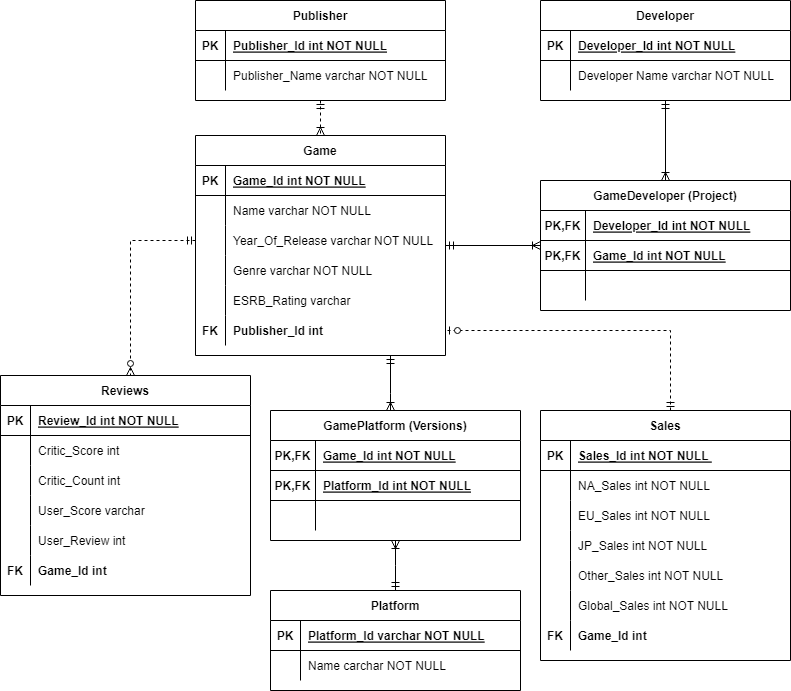
The draw.io diagram RM Diagram.png in joshreed114/CSC325-Term_Project, before a commit. Source tidied: cells renumbered, new cells last; positions are measured from the earlier drawing's top-left corner, leaving out a move shared by most shapes.
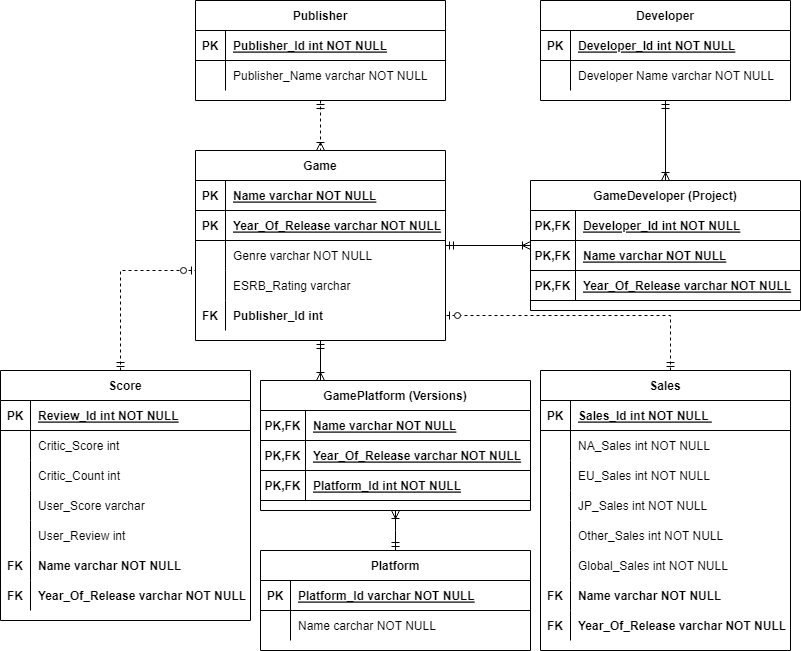
Later version of the same file.

What changed in the source:
```diff
@@ -45,28 +45,28 @@
       <mxGeometry x="30" width="220" height="30" as="geometry" />
     </mxCell>
     <mxCell id="16" value="Platform" style="shape=table;startSize=30;rowLines=0;fontStyle=1;align=center;" parent="1" vertex="1">
-      <mxGeometry x="270" y="590" width="250" height="100" as="geometry" />
+      <mxGeometry x="260" y="550" width="270" height="100" as="geometry" />
     </mxCell>
     <mxCell id="17" style="shape=partialRectangle;fillColor=none;top=0;left=0;right=0;bottom=1;" parent="16" vertex="1">
-      <mxGeometry y="30" width="250" height="30" as="geometry" />
+      <mxGeometry y="30" width="270" height="30" as="geometry" />
     </mxCell>
     <mxCell id="18" value="PK" style="shape=partialRectangle;overflow=hidden;fillColor=none;top=0;left=0;bottom=0;right=0;fontStyle=1;" parent="17" vertex="1">
       <mxGeometry width="30" height="30" as="geometry" />
     </mxCell>
     <mxCell id="19" value="Platform_Id varchar NOT NULL" style="shape=partialRectangle;overflow=hidden;fillColor=none;top=0;left=0;bottom=0;right=0;align=left;spacingLeft=6;fontStyle=5;" parent="17" vertex="1">
-      <mxGeometry x="30" width="220" height="30" as="geometry" />
+      <mxGeometry x="30" width="240" height="30" as="geometry" />
     </mxCell>
     <mxCell id="20" style="shape=partialRectangle;fillColor=none;top=0;left=0;right=0;bottom=0;" parent="16" vertex="1">
-      <mxGeometry y="60" width="250" height="30" as="geometry" />
+      <mxGeometry y="60" width="270" height="30" as="geometry" />
     </mxCell>
     <mxCell id="21" style="shape=partialRectangle;overflow=hidden;fillColor=none;top=0;left=0;bottom=0;right=0;" parent="20" vertex="1">
       <mxGeometry width="30" height="30" as="geometry" />
     </mxCell>
     <mxCell id="22" value="Name carchar NOT NULL" style="shape=partialRectangle;overflow=hidden;fillColor=none;top=0;left=0;bottom=0;right=0;align=left;spacingLeft=6;" parent="20" vertex="1">
-      <mxGeometry x="30" width="220" height="30" as="geometry" />
+      <mxGeometry x="30" width="240" height="30" as="geometry" />
     </mxCell>
     <mxCell id="23" value="Game" style="shape=table;startSize=30;rowLines=0;fontStyle=1;align=center;" parent="1" vertex="1">
-      <mxGeometry x="195" y="135" width="250" height="220" as="geometry" />
+      <mxGeometry x="195" y="150" width="250" height="190" as="geometry" />
     </mxCell>
     <mxCell id="24" style="shape=partialRectangle;fillColor=none;top=0;left=0;right=0;bottom=1;" parent="23" vertex="1">
       <mxGeometry y="30" width="250" height="30" as="geometry" />
@@ -74,29 +74,20 @@
     <mxCell id="25" value="PK" style="shape=partialRectangle;overflow=hidden;fillColor=none;top=0;left=0;bottom=0;right=0;fontStyle=1;" parent="24" vertex="1">
       <mxGeometry width="30" height="30" as="geometry" />
     </mxCell>
-    <mxCell id="26" value="Game_Id int NOT NULL" style="shape=partialRectangle;overflow=hidden;fillColor=none;top=0;left=0;bottom=0;right=0;align=left;spacingLeft=6;fontStyle=5;" parent="24" vertex="1">
+    <mxCell id="26" value="Name varchar NOT NULL" style="shape=partialRectangle;overflow=hidden;fillColor=none;top=0;left=0;bottom=0;right=0;align=left;spacingLeft=6;fontStyle=5;" parent="24" vertex="1">
       <mxGeometry x="30" width="220" height="30" as="geometry" />
     </mxCell>
-    <mxCell id="27" style="shape=partialRectangle;fillColor=none;top=0;left=0;right=0;bottom=0;" parent="23" vertex="1">
-      <mxGeometry y="60" width="250" height="30" as="geometry" />
-    </mxCell>
-    <mxCell id="28" style="shape=partialRectangle;overflow=hidden;fillColor=none;top=0;left=0;bottom=0;right=0;" parent="27" vertex="1">
-      <mxGeometry width="30" height="30" as="geometry" />
-    </mxCell>
-    <mxCell id="29" value="Name varchar NOT NULL" style="shape=partialRectangle;overflow=hidden;fillColor=none;top=0;left=0;bottom=0;right=0;align=left;spacingLeft=6;" parent="27" vertex="1">
-      <mxGeometry x="30" width="220" height="30" as="geometry" />
-    </mxCell>
-    <mxCell id="30" style="shape=partialRectangle;fillColor=none;points=[[0,0.5],[1,0.5]];portConstraint=eastwest;top=0;left=0;right=0;bottom=0;" parent="23" vertex="1">
-      <mxGeometry y="90" width="250" height="30" as="geometry" />
-    </mxCell>
-    <mxCell id="31" style="shape=partialRectangle;overflow=hidden;fillColor=none;top=0;left=0;bottom=0;right=0;" parent="30" vertex="1">
-      <mxGeometry width="30" height="30" as="geometry" />
-    </mxCell>
-    <mxCell id="32" value="Year_Of_Release varchar NOT NULL" style="shape=partialRectangle;overflow=hidden;fillColor=none;top=0;left=0;bottom=0;right=0;align=left;spacingLeft=6;" parent="30" vertex="1">
-      <mxGeometry x="30" width="220" height="30" as="geometry" />
-    </mxCell>
+    <mxCell id="110" style="shape=partialRectangle;fillColor=none;top=0;left=0;right=0;bottom=1;" parent="23" vertex="1">
+      <mxGeometry y="60" width="250" height="30" as="geometry" />
+    </mxCell>
+    <mxCell id="111" value="PK" style="shape=partialRectangle;overflow=hidden;fillColor=none;top=0;left=0;bottom=0;right=0;fontStyle=1;" parent="110" vertex="1">
+      <mxGeometry width="30" height="30" as="geometry" />
+    </mxCell>
+    <mxCell id="112" value="Year_Of_Release varchar NOT NULL" style="shape=partialRectangle;overflow=hidden;fillColor=none;top=0;left=0;bottom=0;right=0;align=left;spacingLeft=6;fontStyle=5;" parent="110" vertex="1">
+      <mxGeometry x="30" width="220" height="30" as="geometry" />
+    </mxCell>
     <mxCell id="33" style="shape=partialRectangle;fillColor=none;top=0;left=0;right=0;bottom=0;" parent="23" vertex="1">
-      <mxGeometry y="120" width="250" height="30" as="geometry" />
+      <mxGeometry y="90" width="250" height="30" as="geometry" />
     </mxCell>
     <mxCell id="34" style="shape=partialRectangle;overflow=hidden;fillColor=none;top=0;left=0;bottom=0;right=0;" parent="33" vertex="1">
       <mxGeometry width="30" height="30" as="geometry" />
@@ -105,7 +96,7 @@
       <mxGeometry x="30" width="220" height="30" as="geometry" />
     </mxCell>
     <mxCell id="36" style="shape=partialRectangle;fillColor=none;top=0;left=0;right=0;bottom=0;" parent="23" vertex="1">
-      <mxGeometry y="150" width="250" height="30" as="geometry" />
+      <mxGeometry y="120" width="250" height="30" as="geometry" />
     </mxCell>
     <mxCell id="37" style="shape=partialRectangle;overflow=hidden;fillColor=none;top=0;left=0;bottom=0;right=0;" parent="36" vertex="1">
       <mxGeometry width="30" height="30" as="geometry" />
@@ -114,7 +105,7 @@
       <mxGeometry x="30" width="220" height="30" as="geometry" />
     </mxCell>
     <mxCell id="39" style="shape=partialRectangle;fillColor=none;points=[[0,0.5],[1,0.5]];portConstraint=eastwest;top=0;left=0;right=0;bottom=0;" parent="23" vertex="1">
-      <mxGeometry y="180" width="250" height="30" as="geometry" />
+      <mxGeometry y="150" width="250" height="30" as="geometry" />
     </mxCell>
     <mxCell id="40" value="FK" style="shape=partialRectangle;overflow=hidden;fillColor=none;top=0;left=0;bottom=0;right=0;fontStyle=1;" parent="39" vertex="1">
       <mxGeometry width="30" height="30" as="geometry" />
@@ -123,7 +114,7 @@
       <mxGeometry x="30" width="220" height="30" as="geometry" />
     </mxCell>
     <mxCell id="42" value="Sales" style="shape=table;startSize=30;rowLines=0;fontStyle=1;align=center;" parent="1" vertex="1">
-      <mxGeometry x="540" y="410" width="250" height="250" as="geometry" />
+      <mxGeometry x="540" y="370" width="250" height="280" as="geometry" />
     </mxCell>
     <mxCell id="43" style="shape=partialRectangle;fillColor=none;top=0;left=0;right=0;bottom=1;" parent="42" vertex="1">
       <mxGeometry y="30" width="250" height="30" as="geometry" />
@@ -185,11 +176,20 @@
     <mxCell id="62" value="FK" style="shape=partialRectangle;overflow=hidden;fillColor=none;top=0;left=0;bottom=0;right=0;fontStyle=1;" parent="61" vertex="1">
       <mxGeometry width="30" height="30" as="geometry" />
     </mxCell>
-    <mxCell id="63" value="Game_Id int " style="shape=partialRectangle;overflow=hidden;fillColor=none;top=0;left=0;bottom=0;right=0;align=left;spacingLeft=6;fontStyle=1;" parent="61" vertex="1">
+    <mxCell id="63" value="Name varchar NOT NULL" style="shape=partialRectangle;overflow=hidden;fillColor=none;top=0;left=0;bottom=0;right=0;align=left;spacingLeft=6;fontStyle=1;" parent="61" vertex="1">
       <mxGeometry x="30" width="220" height="30" as="geometry" />
     </mxCell>
+    <mxCell id="113" style="shape=partialRectangle;fillColor=none;top=0;left=0;right=0;bottom=0;" parent="42" vertex="1">
+      <mxGeometry y="240" width="250" height="30" as="geometry" />
+    </mxCell>
+    <mxCell id="114" value="FK" style="shape=partialRectangle;overflow=hidden;fillColor=none;top=0;left=0;bottom=0;right=0;fontStyle=1;" parent="113" vertex="1">
+      <mxGeometry width="30" height="30" as="geometry" />
+    </mxCell>
+    <mxCell id="115" value="Year_Of_Release varchar NOT NULL" style="shape=partialRectangle;overflow=hidden;fillColor=none;top=0;left=0;bottom=0;right=0;align=left;spacingLeft=6;fontStyle=1;" parent="113" vertex="1">
+      <mxGeometry x="30" width="220" height="30" as="geometry" />
+    </mxCell>
-    <mxCell id="64" value="Reviews" style="shape=table;startSize=30;rowLines=0;fontStyle=1;align=center;" parent="1" vertex="1">
-      <mxGeometry y="375" width="250" height="220" as="geometry" />
+    <mxCell id="64" value="Score" style="shape=table;startSize=30;rowLines=0;fontStyle=1;align=center;" parent="1" vertex="1">
+      <mxGeometry y="370" width="250" height="250" as="geometry" />
     </mxCell>
     <mxCell id="65" style="shape=partialRectangle;fillColor=none;top=0;left=0;right=0;bottom=1;" parent="64" vertex="1">
       <mxGeometry y="30" width="250" height="30" as="geometry" />
@@ -242,49 +242,58 @@
     <mxCell id="81" value="FK" style="shape=partialRectangle;overflow=hidden;fillColor=none;top=0;left=0;bottom=0;right=0;fontStyle=1;" parent="80" vertex="1">
       <mxGeometry width="30" height="30" as="geometry" />
     </mxCell>
-    <mxCell id="82" value="Game_Id int" style="shape=partialRectangle;overflow=hidden;fillColor=none;top=0;left=0;bottom=0;right=0;align=left;spacingLeft=6;fontStyle=1;" parent="80" vertex="1">
+    <mxCell id="82" value="Name varchar NOT NULL" style="shape=partialRectangle;overflow=hidden;fillColor=none;top=0;left=0;bottom=0;right=0;align=left;spacingLeft=6;fontStyle=1;" parent="80" vertex="1">
       <mxGeometry x="30" width="220" height="30" as="geometry" />
     </mxCell>
+    <mxCell id="116" style="shape=partialRectangle;fillColor=none;top=0;left=0;right=0;bottom=0;" parent="64" vertex="1">
+      <mxGeometry y="210" width="250" height="30" as="geometry" />
+    </mxCell>
+    <mxCell id="117" value="FK" style="shape=partialRectangle;overflow=hidden;fillColor=none;top=0;left=0;bottom=0;right=0;fontStyle=1;" parent="116" vertex="1">
+      <mxGeometry width="30" height="30" as="geometry" />
+    </mxCell>
+    <mxCell id="118" value="Year_Of_Release varchar NOT NULL" style="shape=partialRectangle;overflow=hidden;fillColor=none;top=0;left=0;bottom=0;right=0;align=left;spacingLeft=6;fontStyle=1;" parent="116" vertex="1">
+      <mxGeometry x="30" width="220" height="30" as="geometry" />
+    </mxCell>
     <mxCell id="83" style="fontSize=12;html=1;endArrow=ERoneToMany;startArrow=ERmandOne;rounded=0;dashed=1;" parent="1" edge="1" source="2" target="23">
       <mxGeometry relative="1" as="geometry" />
     </mxCell>
     <mxCell id="84" value="GameDeveloper (Project)" style="shape=table;startSize=30;rowLines=0;fontStyle=1;align=center;" parent="1" vertex="1">
-      <mxGeometry x="540" y="180" width="250" height="130" as="geometry" />
+      <mxGeometry x="530" y="180" width="270" height="130" as="geometry" />
     </mxCell>
     <mxCell id="85" style="shape=partialRectangle;fillColor=none;top=0;left=0;right=0;bottom=1;" parent="84" vertex="1">
-      <mxGeometry y="30" width="250" height="30" as="geometry" />
+      <mxGeometry y="30" width="270" height="30" as="geometry" />
     </mxCell>
     <mxCell id="86" value="PK,FK" style="shape=partialRectangle;overflow=hidden;fillColor=none;top=0;left=0;bottom=0;right=0;fontStyle=1;" parent="85" vertex="1">
       <mxGeometry width="45" height="30" as="geometry" />
     </mxCell>
     <mxCell id="87" value="Developer_Id int NOT NULL" style="shape=partialRectangle;overflow=hidden;fillColor=none;top=0;left=0;bottom=0;right=0;align=left;spacingLeft=6;fontStyle=5;" parent="85" vertex="1">
-      <mxGeometry x="45" width="205" height="30" as="geometry" />
+      <mxGeometry x="45" width="225" height="30" as="geometry" />
     </mxCell>
     <mxCell id="88" style="shape=partialRectangle;fillColor=none;top=0;left=0;right=0;bottom=1;" parent="84" vertex="1">
-      <mxGeometry y="60" width="250" height="30" as="geometry" />
+      <mxGeometry y="60" width="270" height="30" as="geometry" />
     </mxCell>
     <mxCell id="89" value="PK,FK" style="shape=partialRectangle;overflow=hidden;fillColor=none;top=0;left=0;bottom=0;right=0;fontStyle=1;" parent="88" vertex="1">
       <mxGeometry width="45" height="30" as="geometry" />
     </mxCell>
-    <mxCell id="90" value="Game_Id int NOT NULL" style="shape=partialRectangle;overflow=hidden;fillColor=none;top=0;left=0;bottom=0;right=0;align=left;spacingLeft=6;fontStyle=5;" parent="88" vertex="1">
-      <mxGeometry x="45" width="205" height="30" as="geometry" />
+    <mxCell id="90" value="Name varchar NOT NULL" style="shape=partialRectangle;overflow=hidden;fillColor=none;top=0;left=0;bottom=0;right=0;align=left;spacingLeft=6;fontStyle=5;" parent="88" vertex="1">
+      <mxGeometry x="45" width="225" height="30" as="geometry" />
     </mxCell>
-    <mxCell id="91" style="shape=partialRectangle;fillColor=none;top=0;left=0;right=0;bottom=0;" parent="84" vertex="1">
-      <mxGeometry y="90" width="250" height="30" as="geometry" />
-    </mxCell>
-    <mxCell id="92" style="shape=partialRectangle;overflow=hidden;fillColor=none;top=0;left=0;bottom=0;right=0;" parent="91" vertex="1">
-      <mxGeometry width="45" height="30" as="geometry" />
-    </mxCell>
-    <mxCell id="93" style="shape=partialRectangle;overflow=hidden;fillColor=none;top=0;left=0;bottom=0;right=0;align=left;spacingLeft=6;" parent="91" vertex="1">
-      <mxGeometry x="45" width="205" height="30" as="geometry" />
-    </mxCell>
+    <mxCell id="119" style="shape=partialRectangle;fillColor=none;top=0;left=0;right=0;bottom=1;" parent="84" vertex="1">
+      <mxGeometry y="90" width="270" height="30" as="geometry" />
+    </mxCell>
+    <mxCell id="120" value="PK,FK" style="shape=partialRectangle;overflow=hidden;fillColor=none;top=0;left=0;bottom=0;right=0;fontStyle=1;" parent="119" vertex="1">
+      <mxGeometry width="45" height="30" as="geometry" />
+    </mxCell>
+    <mxCell id="121" value="Year_Of_Release varchar NOT NULL" style="shape=partialRectangle;overflow=hidden;fillColor=none;top=0;left=0;bottom=0;right=0;align=left;spacingLeft=6;fontStyle=5;" parent="119" vertex="1">
+      <mxGeometry x="45" width="225" height="30" as="geometry" />
+    </mxCell>
     <mxCell id="94" style="fontSize=12;html=1;endArrow=ERoneToMany;startArrow=ERmandOne;rounded=0;" parent="1" edge="1" source="9" target="84">
       <mxGeometry relative="1" as="geometry" />
     </mxCell>
     <mxCell id="95" style="fontSize=12;html=1;endArrow=ERoneToMany;startArrow=ERmandOne;rounded=0;" parent="1" edge="1" source="23" target="84">
       <mxGeometry relative="1" as="geometry" />
     </mxCell>
-    <mxCell id="96" style="edgeStyle=elbowEdgeStyle;fontSize=12;html=1;endArrow=ERzeroToMany;startArrow=ERmandOne;rounded=0;exitX=0;exitY=0.5;exitDx=0;exitDy=0;dashed=1;" parent="1" edge="1" source="30" target="64">
+    <mxCell id="96" style="edgeStyle=elbowEdgeStyle;fontSize=12;html=1;endArrow=ERzeroToMany;startArrow=ERmandOne;rounded=0;exitX=0;exitY=0.5;exitDx=0;exitDy=0;dashed=1;" parent="1" edge="1" source="x" target="64">
       <mxGeometry relative="1" as="geometry">
         <Array as="points">
           <mxPoint x="130" y="340" />
@@ -301,35 +310,35 @@
       </mxGeometry>
     </mxCell>
     <mxCell id="98" value="GamePlatform (Versions)" style="shape=table;startSize=30;rowLines=0;fontStyle=1;align=center;" parent="1" vertex="1">
-      <mxGeometry x="270" y="410" width="250" height="130" as="geometry" />
+      <mxGeometry x="260" y="380" width="270" height="130" as="geometry" />
     </mxCell>
     <mxCell id="99" style="shape=partialRectangle;fillColor=none;top=0;left=0;right=0;bottom=1;" parent="98" vertex="1">
-      <mxGeometry y="30" width="250" height="30" as="geometry" />
+      <mxGeometry y="30" width="270" height="30" as="geometry" />
     </mxCell>
     <mxCell id="100" value="PK,FK" style="shape=partialRectangle;overflow=hidden;fillColor=none;top=0;left=0;bottom=0;right=0;fontStyle=1;" parent="99" vertex="1">
       <mxGeometry width="45" height="30" as="geometry" />
     </mxCell>
-    <mxCell id="101" value="Game_Id int NOT NULL" style="shape=partialRectangle;overflow=hidden;fillColor=none;top=0;left=0;bottom=0;right=0;align=left;spacingLeft=6;fontStyle=5;" parent="99" vertex="1">
-      <mxGeometry x="45" width="205" height="30" as="geometry" />
+    <mxCell id="101" value="Name varchar NOT NULL" style="shape=partialRectangle;overflow=hidden;fillColor=none;top=0;left=0;bottom=0;right=0;align=left;spacingLeft=6;fontStyle=5;" parent="99" vertex="1">
+      <mxGeometry x="45" width="225" height="30" as="geometry" />
     </mxCell>
+    <mxCell id="122" style="shape=partialRectangle;fillColor=none;top=0;left=0;right=0;bottom=1;" parent="98" vertex="1">
+      <mxGeometry y="60" width="270" height="30" as="geometry" />
+    </mxCell>
+    <mxCell id="123" value="PK,FK" style="shape=partialRectangle;overflow=hidden;fillColor=none;top=0;left=0;bottom=0;right=0;fontStyle=1;" parent="122" vertex="1">
+      <mxGeometry width="45" height="30" as="geometry" />
+    </mxCell>
+    <mxCell id="124" value="Year_Of_Release varchar NOT NULL" style="shape=partialRectangle;overflow=hidden;fillColor=none;top=0;left=0;bottom=0;right=0;align=left;spacingLeft=6;fontStyle=5;" parent="122" vertex="1">
+      <mxGeometry x="45" width="225" height="30" as="geometry" />
+    </mxCell>
     <mxCell id="102" style="shape=partialRectangle;fillColor=none;top=0;left=0;right=0;bottom=1;" parent="98" vertex="1">
-      <mxGeometry y="60" width="250" height="30" as="geometry" />
+      <mxGeometry y="90" width="270" height="30" as="geometry" />
     </mxCell>
     <mxCell id="103" value="PK,FK" style="shape=partialRectangle;overflow=hidden;fillColor=none;top=0;left=0;bottom=0;right=0;fontStyle=1;" parent="102" vertex="1">
       <mxGeometry width="45" height="30" as="geometry" />
     </mxCell>
     <mxCell id="104" value="Platform_Id int NOT NULL" style="shape=partialRectangle;overflow=hidden;fillColor=none;top=0;left=0;bottom=0;right=0;align=left;spacingLeft=6;fontStyle=5;" parent="102" vertex="1">
-      <mxGeometry x="45" width="205" height="30" as="geometry" />
+      <mxGeometry x="45" width="225" height="30" as="geometry" />
     </mxCell>
-    <mxCell id="105" style="shape=partialRectangle;fillColor=none;top=0;left=0;right=0;bottom=0;" parent="98" vertex="1">
-      <mxGeometry y="90" width="250" height="30" as="geometry" />
-    </mxCell>
-    <mxCell id="106" style="shape=partialRectangle;overflow=hidden;fillColor=none;top=0;left=0;bottom=0;right=0;" parent="105" vertex="1">
-      <mxGeometry width="45" height="30" as="geometry" />
-    </mxCell>
-    <mxCell id="107" style="shape=partialRectangle;overflow=hidden;fillColor=none;top=0;left=0;bottom=0;right=0;align=left;spacingLeft=6;" parent="105" vertex="1">
-      <mxGeometry x="45" width="205" height="30" as="geometry" />
-    </mxCell>
     <mxCell id="108" style="fontSize=12;html=1;endArrow=ERoneToMany;startArrow=ERmandOne;rounded=0;edgeStyle=elbowEdgeStyle;" parent="1" edge="1" source="23" target="98">
       <mxGeometry relative="1" as="geometry">
         <Array as="points">
@@ -340,5 +349,13 @@
     <mxCell id="109" style="fontSize=12;html=1;endArrow=ERoneToMany;startArrow=ERmandOne;rounded=0;edgeStyle=elbowEdgeStyle;" parent="1" edge="1" source="16" target="98">
       <mxGeometry relative="1" as="geometry" />
     </mxCell>
+    <mxCell id="125" style="edgeStyle=elbowEdgeStyle;fontSize=12;html=1;endArrow=ERzeroToOne;startArrow=ERmandOne;rounded=0;dashed=1;" parent="1" edge="1" source="64" target="23">
+      <mxGeometry relative="1" as="geometry">
+        <Array as="points">
+          <mxPoint x="120" y="270" />
+          <mxPoint x="120" y="290" />
+        </Array>
+      </mxGeometry>
+    </mxCell>
   </root>
 </mxGraphModel>
```
